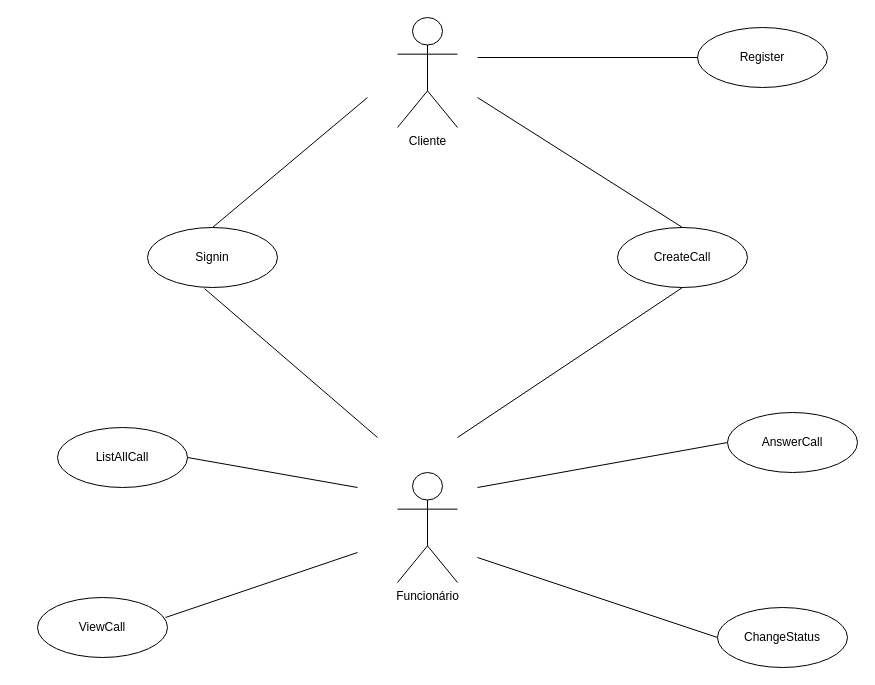
Above: docs/diagrama_de_casos_de_uso.drawio in danielbarbozadasilva/Api-CRM-Ticket-System (draw.io), before the change. Source tidied: cells renumbered, new cells numbered last; positions are measured from the earlier drawing's top-left corner, leaving out a move shared by most shapes. Both pictures are drawn from the tidied source at 100%, with x=0, y=0 at pixel (37, 17).
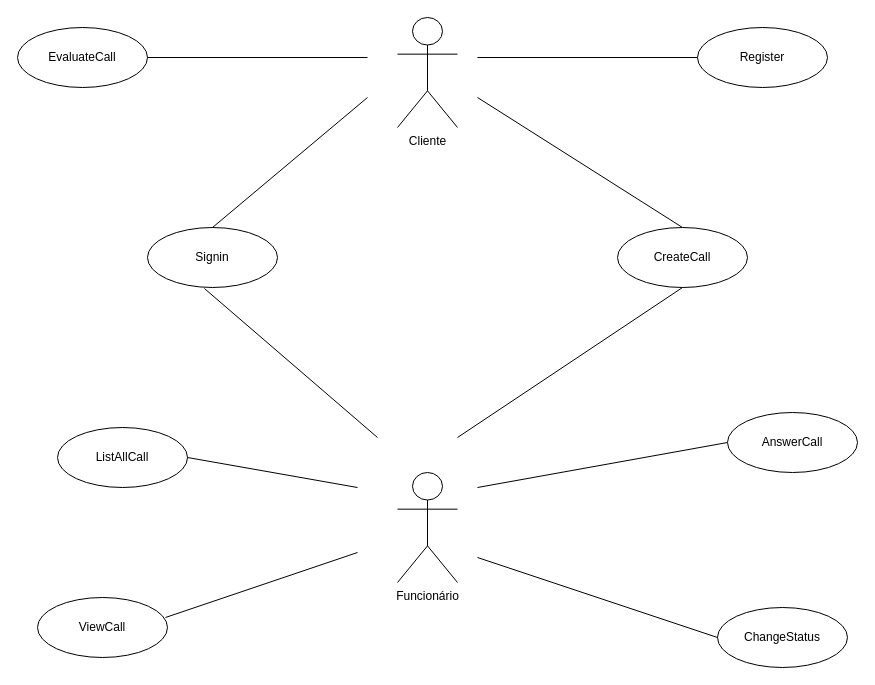
The same diagram, later.

Commit message (it also covers changes not shown here):
docs: update use case diagram

The edit, as a diff of the source:
```diff
@@
+    <mxCell id="20" value="EvaluateCall" style="ellipse;whiteSpace=wrap;html=1;" parent="1" vertex="1">
+      <mxGeometry x="-20" y="10" width="130" height="60" as="geometry" />
+    </mxCell>
+    <mxCell id="21" style="endArrow=none;endFill=0;endSize=12;html=1;rounded=0;" parent="1" edge="1">
+      <mxGeometry relative="1" as="geometry">
+        <mxPoint x="110" y="40" as="sourcePoint" />
+        <mxPoint x="330" y="40" as="targetPoint" />
+      </mxGeometry>
+    </mxCell>
```
